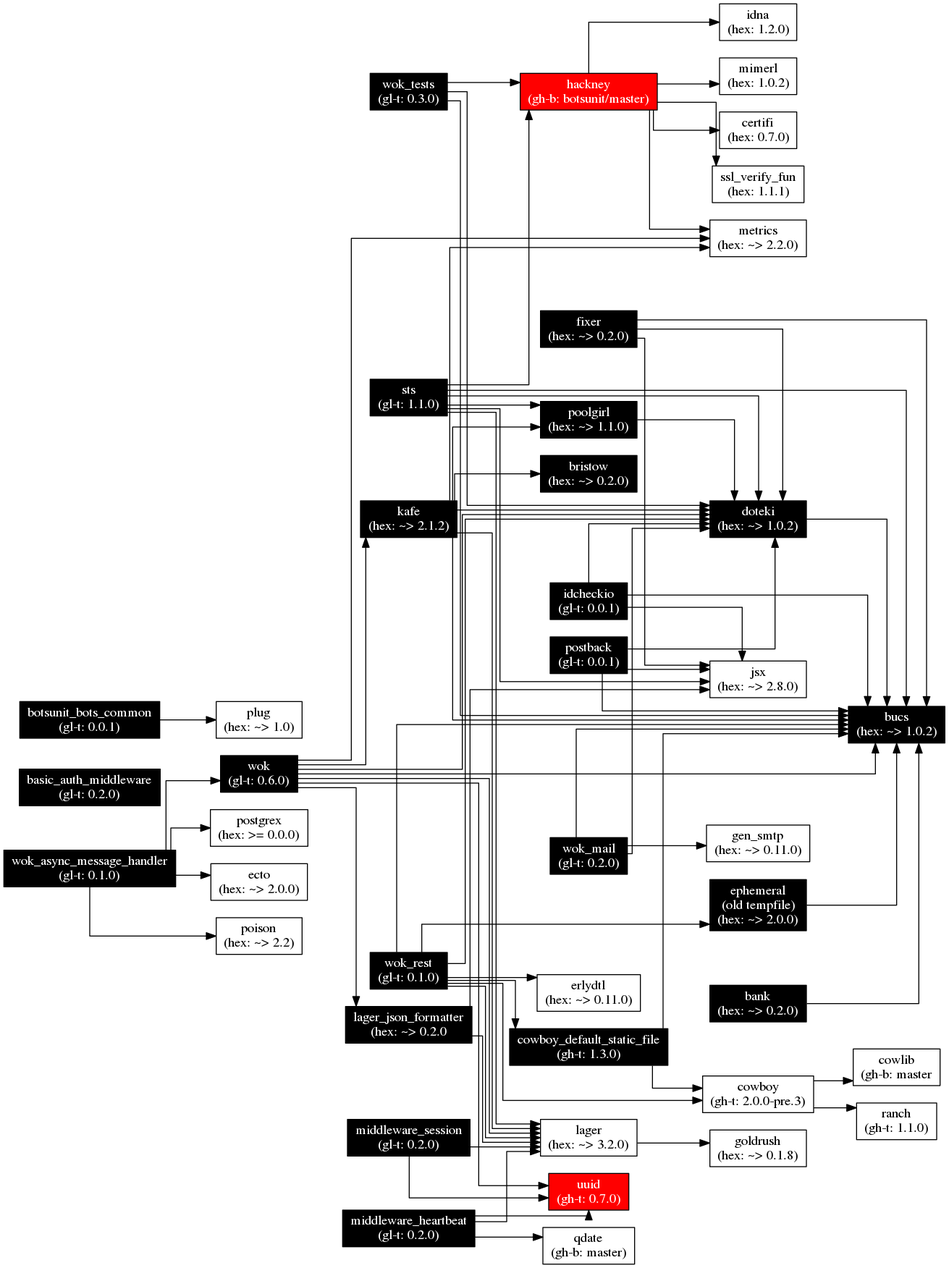
botsunit/wok keeps this Graphviz diagram as images/wok.deps.png. Above is the earlier version. Its source is kept beside it as images/wok.deps.gv. Its diagram source:
```dot
digraph wok_deps {
  node[shape=box];
  graph[
    remincross=true;
    splines=ortho;
    rankdir=LR;
  ];

  wok[label="wok\n(gl-t: 0.6.0)",
      fontcolor="white",
      style="filled",
      fillcolor="black"];
  lager[label="lager\n(hex: ~> 3.2.0)"];
  lager_json_formatter[label="lager_json_formatter\n(hex: ~> 0.2.0",
                       fontcolor="white",
                       style="filled"
                       fillcolor="black"];
  kafe[label="kafe\n(hex: ~> 2.1.2)",
       fontcolor="white",
       style="filled",
       fillcolor="black"];
  bucs[label="bucs\n(hex: ~> 1.0.2)",
       fontcolor="white",
       style="filled",
       fillcolor="black"];
  doteki[label="doteki\n(hex: ~> 1.0.2)",
         fontcolor="white",
         style="filled",
         fillcolor="black"];
  uuid[label="uuid\n(gh-t: 0.7.0)"
       fontcolor="white",
       style="filled",
       fillcolor="red"];
  metrics[label="metrics\n(hex: ~> 2.2.0)"];
  goldrush[label="goldrush\n(hex: ~> 0.1.8)"];
  jsx[label="jsx\n(hex: ~> 2.8.0)"];
  poolgirl[label="poolgirl\n(hex: ~> 1.1.0)",
           fontcolor="white",
           style="filled",
           fillcolor="black"];
  bristow[label="bristow\n(hex: ~> 0.2.0)",
          fontcolor="white",
          style="filled",
          fillcolor="black"];
  wok_rest[label="wok_rest\n(gl-t: 0.1.0)",
           fontcolor="white",
           style="filled",
           fillcolor="black"];
  cowboy_default_static_file[label="cowboy_default_static_file\n(gh-t: 1.3.0)",
                             fontcolor="white",
                             style="filled",
                             fillcolor="black"];
  cowboy[label="cowboy\n(gh-t: 2.0.0-pre.3)"];
  ephemeral[label="ephemeral\n(old tempfile)\n(hex: ~> 2.0.0)",
           fontcolor="white",
           style="filled",
           fillcolor="black"];
  erlydtl[label="erlydtl\n(hex: ~> 0.11.0)"];
  cowlib[label="cowlib\n(gh-b: master"];
  ranch[label="ranch\n(gh-t: 1.1.0)"];
  wok_tests[label="wok_tests\n(gl-t: 0.3.0)",
            fontcolor="white",
            style="filled",
            fillcolor="black"];
  hackney[label="hackney\n(gh-b: botsunit/master)",
          fontcolor="white",
          style="filled",
          fillcolor="red"];
  idna[label="idna\n(hex: 1.2.0)"];
  mimerl[label="mimerl\n(hex: 1.0.2)"];
  certifi[label="certifi\n(hex: 0.7.0)"];
  ssl_verify_fun[label="ssl_verify_fun\n(hex: 1.1.1)"];
  wok_mail[label="wok_mail\n(gl-t: 0.2.0)",
            fontcolor="white",
            style="filled",
            fillcolor="black"];
  gen_smtp[label="gen_smtp\n(hex: ~> 0.11.0)"];
  middleware_session[label="middleware_session\n(gl-t: 0.2.0)",
                     fontcolor="white",
                     style="filled",
                     fillcolor="black"];
  basic_auth_middleware[label="basic_auth_middleware\n(gl-t: 0.2.0)",
                        fontcolor="white",
                        style="filled",
                        fillcolor="black"];
  middleware_heartbeat[label="middleware_heartbeat\n(gl-t: 0.2.0)",
                       fontcolor="white",
                       style="filled",
                       fillcolor="black"];
  qdate[label="qdate\n(gh-b: master)"];
  wok_async_message_handler[label="wok_async_message_handler\n(gl-t: 0.1.0)",
                            fontcolor="white",
                            style="filled",
                            fillcolor="black"];
  postgrex[label="postgrex\n(hex: >= 0.0.0)"];
  ecto[label="ecto\n(hex: ~> 2.0.0)"];
  poison[label="poison\n(hex: ~> 2.2)"];
  sts[label="sts\n(gl-t: 1.1.0)",
      fontcolor="white",
      style="filled",
      fillcolor="black"];
  fixer[label="fixer\n(hex: ~> 0.2.0)",
        fontcolor="white",
        style="filled",
        fillcolor="black"];
  bank[label="bank\n(hex: ~> 0.2.0)",
       fontcolor="white",
       style="filled",
       fillcolor="black"];
  idcheckio[label="idcheckio\n(gl-t: 0.0.1)",
            fontcolor="white",
            style="filled",
            fillcolor="black"];
  postback[label="postback\n(gl-t: 0.0.1)",
            fontcolor="white",
            style="filled",
            fillcolor="black"];
  botsunit_bots_common[label="botsunit_bots_common\n(gl-t: 0.0.1)",
                       fontcolor="white",
                       style="filled",
                       fillcolor="black"];
  plug[label="plug\n(hex: ~> 1.0)"];

  wok -> lager;
  wok -> lager_json_formatter;
  wok -> kafe;
  wok -> bucs;
  wok -> doteki;
  wok -> uuid;
  wok -> metrics;

  wok_rest -> lager;
  wok_rest -> cowboy_default_static_file;
  wok_rest -> cowboy;
  wok_rest -> bucs;
  wok_rest -> doteki;
  wok_rest -> ephemeral;
  wok_rest -> erlydtl;

  lager -> goldrush;

  lager_json_formatter -> lager;
  lager_json_formatter -> jsx;

  kafe -> lager;
  kafe -> bucs;
  kafe -> doteki;
  kafe -> poolgirl;
  kafe -> bristow;
  kafe -> metrics;

  doteki -> bucs;

  poolgirl -> doteki;

  cowboy_default_static_file -> cowboy;
  cowboy_default_static_file -> bucs;

  cowboy -> cowlib;
  cowboy -> ranch;

  ephemeral -> bucs;

  wok_tests -> bucs;
  wok_tests -> doteki;
  wok_tests -> hackney;

  hackney -> idna;
  hackney -> mimerl;
  hackney -> certifi;
  hackney -> metrics;
  hackney -> ssl_verify_fun;

  wok_mail -> bucs;
  wok_mail -> doteki;
  wok_mail -> gen_smtp;

  middleware_session -> lager;
  middleware_session -> uuid;

  middleware_heartbeat -> lager;
  middleware_heartbeat -> uuid;
  middleware_heartbeat -> qdate;

  wok_async_message_handler -> postgrex;
  wok_async_message_handler -> ecto;
  wok_async_message_handler -> poison;
  wok_async_message_handler -> wok;

  sts -> lager;
  sts -> doteki;
  sts -> bucs;
  sts -> poolgirl;
  sts -> jsx;
  sts -> hackney;

  fixer -> bucs;
  fixer -> doteki;
  fixer -> jsx;

  bank -> bucs;

  idcheckio -> bucs;
  idcheckio -> doteki;
  idcheckio -> jsx;

  postback -> bucs;
  postback -> doteki;
  postback -> jsx;

  botsunit_bots_common -> plug;
}
```
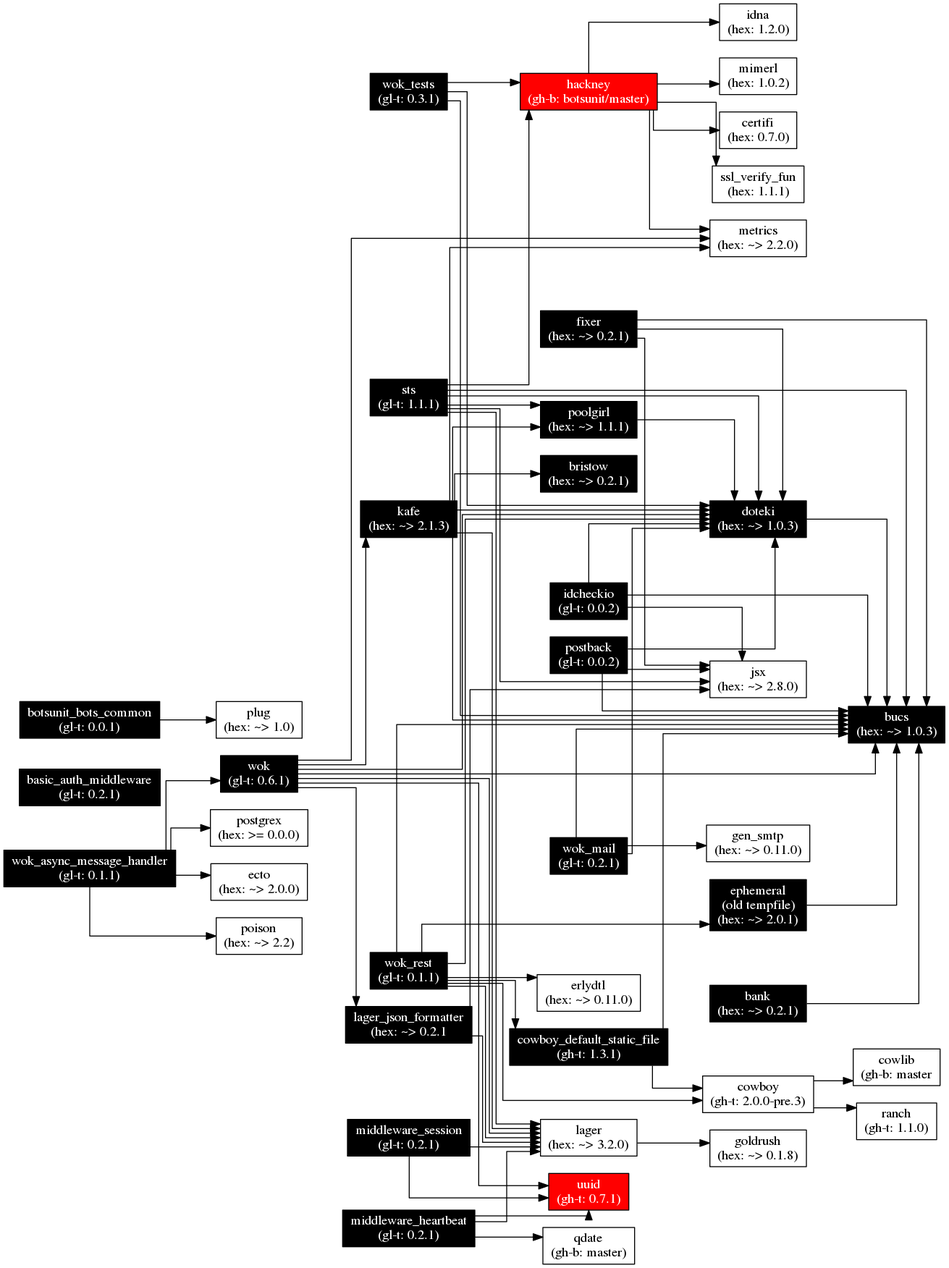
The same file after the commit.

The edit, as a diff of the source:
```diff
@@ -6,59 +6,59 @@
     rankdir=LR;
   ];
 
-  wok[label="wok\n(gl-t: 0.6.0)",
+  wok[label="wok\n(gl-t: 0.6.1)",
       fontcolor="white",
       style="filled",
       fillcolor="black"];
   lager[label="lager\n(hex: ~> 3.2.0)"];
-  lager_json_formatter[label="lager_json_formatter\n(hex: ~> 0.2.0",
+  lager_json_formatter[label="lager_json_formatter\n(hex: ~> 0.2.1",
                        fontcolor="white",
                        style="filled"
                        fillcolor="black"];
-  kafe[label="kafe\n(hex: ~> 2.1.2)",
+  kafe[label="kafe\n(hex: ~> 2.1.3)",
        fontcolor="white",
        style="filled",
        fillcolor="black"];
-  bucs[label="bucs\n(hex: ~> 1.0.2)",
+  bucs[label="bucs\n(hex: ~> 1.0.3)",
        fontcolor="white",
        style="filled",
        fillcolor="black"];
-  doteki[label="doteki\n(hex: ~> 1.0.2)",
+  doteki[label="doteki\n(hex: ~> 1.0.3)",
          fontcolor="white",
          style="filled",
          fillcolor="black"];
-  uuid[label="uuid\n(gh-t: 0.7.0)"
+  uuid[label="uuid\n(gh-t: 0.7.1)"
        fontcolor="white",
        style="filled",
        fillcolor="red"];
   metrics[label="metrics\n(hex: ~> 2.2.0)"];
   goldrush[label="goldrush\n(hex: ~> 0.1.8)"];
   jsx[label="jsx\n(hex: ~> 2.8.0)"];
-  poolgirl[label="poolgirl\n(hex: ~> 1.1.0)",
+  poolgirl[label="poolgirl\n(hex: ~> 1.1.1)",
            fontcolor="white",
            style="filled",
            fillcolor="black"];
-  bristow[label="bristow\n(hex: ~> 0.2.0)",
+  bristow[label="bristow\n(hex: ~> 0.2.1)",
           fontcolor="white",
           style="filled",
           fillcolor="black"];
-  wok_rest[label="wok_rest\n(gl-t: 0.1.0)",
+  wok_rest[label="wok_rest\n(gl-t: 0.1.1)",
            fontcolor="white",
            style="filled",
            fillcolor="black"];
-  cowboy_default_static_file[label="cowboy_default_static_file\n(gh-t: 1.3.0)",
+  cowboy_default_static_file[label="cowboy_default_static_file\n(gh-t: 1.3.1)",
                              fontcolor="white",
                              style="filled",
                              fillcolor="black"];
   cowboy[label="cowboy\n(gh-t: 2.0.0-pre.3)"];
-  ephemeral[label="ephemeral\n(old tempfile)\n(hex: ~> 2.0.0)",
+  ephemeral[label="ephemeral\n(old tempfile)\n(hex: ~> 2.0.1)",
            fontcolor="white",
            style="filled",
            fillcolor="black"];
   erlydtl[label="erlydtl\n(hex: ~> 0.11.0)"];
   cowlib[label="cowlib\n(gh-b: master"];
   ranch[label="ranch\n(gh-t: 1.1.0)"];
-  wok_tests[label="wok_tests\n(gl-t: 0.3.0)",
+  wok_tests[label="wok_tests\n(gl-t: 0.3.1)",
             fontcolor="white",
             style="filled",
             fillcolor="black"];
@@ -70,48 +70,48 @@
   mimerl[label="mimerl\n(hex: 1.0.2)"];
   certifi[label="certifi\n(hex: 0.7.0)"];
   ssl_verify_fun[label="ssl_verify_fun\n(hex: 1.1.1)"];
-  wok_mail[label="wok_mail\n(gl-t: 0.2.0)",
+  wok_mail[label="wok_mail\n(gl-t: 0.2.1)",
             fontcolor="white",
             style="filled",
             fillcolor="black"];
   gen_smtp[label="gen_smtp\n(hex: ~> 0.11.0)"];
-  middleware_session[label="middleware_session\n(gl-t: 0.2.0)",
+  middleware_session[label="middleware_session\n(gl-t: 0.2.1)",
                      fontcolor="white",
                      style="filled",
                      fillcolor="black"];
-  basic_auth_middleware[label="basic_auth_middleware\n(gl-t: 0.2.0)",
+  basic_auth_middleware[label="basic_auth_middleware\n(gl-t: 0.2.1)",
                         fontcolor="white",
                         style="filled",
                         fillcolor="black"];
-  middleware_heartbeat[label="middleware_heartbeat\n(gl-t: 0.2.0)",
+  middleware_heartbeat[label="middleware_heartbeat\n(gl-t: 0.2.1)",
                        fontcolor="white",
                        style="filled",
                        fillcolor="black"];
   qdate[label="qdate\n(gh-b: master)"];
-  wok_async_message_handler[label="wok_async_message_handler\n(gl-t: 0.1.0)",
+  wok_async_message_handler[label="wok_async_message_handler\n(gl-t: 0.1.1)",
                             fontcolor="white",
                             style="filled",
                             fillcolor="black"];
   postgrex[label="postgrex\n(hex: >= 0.0.0)"];
   ecto[label="ecto\n(hex: ~> 2.0.0)"];
   poison[label="poison\n(hex: ~> 2.2)"];
-  sts[label="sts\n(gl-t: 1.1.0)",
+  sts[label="sts\n(gl-t: 1.1.1)",
       fontcolor="white",
       style="filled",
       fillcolor="black"];
-  fixer[label="fixer\n(hex: ~> 0.2.0)",
+  fixer[label="fixer\n(hex: ~> 0.2.1)",
         fontcolor="white",
         style="filled",
         fillcolor="black"];
-  bank[label="bank\n(hex: ~> 0.2.0)",
+  bank[label="bank\n(hex: ~> 0.2.1)",
        fontcolor="white",
        style="filled",
        fillcolor="black"];
-  idcheckio[label="idcheckio\n(gl-t: 0.0.1)",
+  idcheckio[label="idcheckio\n(gl-t: 0.0.2)",
             fontcolor="white",
             style="filled",
             fillcolor="black"];
-  postback[label="postback\n(gl-t: 0.0.1)",
+  postback[label="postback\n(gl-t: 0.0.2)",
             fontcolor="white",
             style="filled",
             fillcolor="black"];
```
